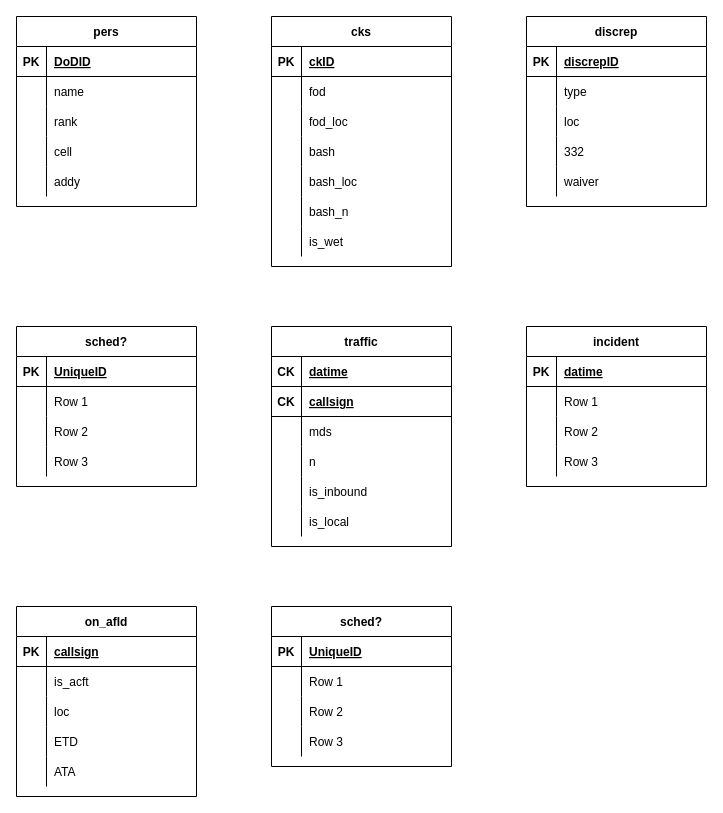
This is amapps.drawio from ussmario/amapps, a draw.io file, before an edit. Source tidied: cells renumbered, new cells numbered last; positions are measured from the earlier drawing's top-left corner, leaving out a move shared by most shapes. Both pictures are drawn from the tidied source at 100%, with x=0, y=0 at pixel (16, 16).
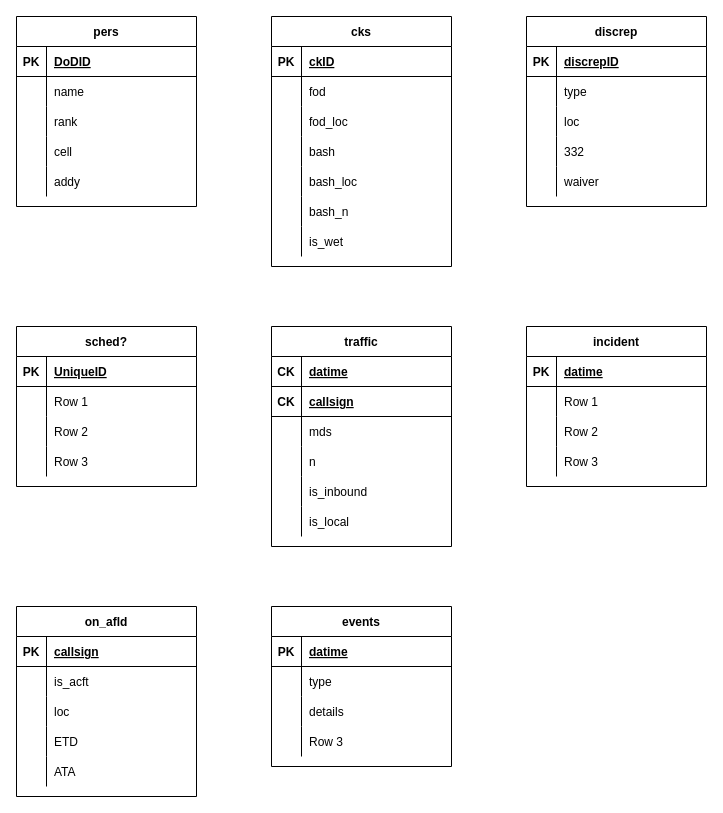
Above is the later version.

The change refers to these unchanged cells:
```xml
<mxCell id="118" style="shape=partialRectangle;fillColor=none;top=0;left=0;bottom=1;right=0;" parent="117" vertex="1">
  <mxGeometry y="30" width="180" height="30" as="geometry" />
</mxCell>
<mxCell id="121" style="shape=partialRectangle;fillColor=none;top=0;left=0;bottom=0;right=0;" parent="117" vertex="1">
  <mxGeometry y="60" width="180" height="30" as="geometry" />
</mxCell>
<mxCell id="124" style="shape=partialRectangle;fillColor=none;top=0;left=0;bottom=0;right=0;" parent="117" vertex="1">
  <mxGeometry y="90" width="180" height="30" as="geometry" />
</mxCell>
```

What changed in the source:
```diff
@@
-    <mxCell id="117" value="sched?" style="shape=table;startSize=30;childLayout=tableLayout;rowLines=0;fontStyle=1;align=center;" parent="1" vertex="1">
+    <mxCell id="117" value="events" style="shape=table;startSize=30;childLayout=tableLayout;rowLines=0;fontStyle=1;align=center;" parent="1" vertex="1">
       <mxGeometry x="255" y="590" width="180" height="160" as="geometry" />
     </mxCell>
@@
-    <mxCell id="120" value="UniqueID" style="shape=partialRectangle;fillColor=none;top=0;left=0;bottom=0;right=0;align=left;spacingLeft=6;fontStyle=5;overflow=hidden;" parent="118" vertex="1">
+    <mxCell id="120" value="datime" style="shape=partialRectangle;fillColor=none;top=0;left=0;bottom=0;right=0;align=left;spacingLeft=6;fontStyle=5;overflow=hidden;" parent="118" vertex="1">
       <mxGeometry x="30" width="150" height="30" as="geometry" />
     </mxCell>
@@
-    <mxCell id="123" value="Row 1" style="shape=partialRectangle;fillColor=none;top=0;left=0;bottom=0;right=0;align=left;spacingLeft=6;overflow=hidden;" parent="121" vertex="1">
+    <mxCell id="123" value="type" style="shape=partialRectangle;fillColor=none;top=0;left=0;bottom=0;right=0;align=left;spacingLeft=6;overflow=hidden;" parent="121" vertex="1">
       <mxGeometry x="30" width="150" height="30" as="geometry" />
     </mxCell>
@@
-    <mxCell id="126" value="Row 2" style="shape=partialRectangle;fillColor=none;top=0;left=0;bottom=0;right=0;align=left;spacingLeft=6;overflow=hidden;" parent="124" vertex="1">
+    <mxCell id="126" value="details" style="shape=partialRectangle;fillColor=none;top=0;left=0;bottom=0;right=0;align=left;spacingLeft=6;overflow=hidden;" parent="124" vertex="1">
       <mxGeometry x="30" width="150" height="30" as="geometry" />
     </mxCell>
```
